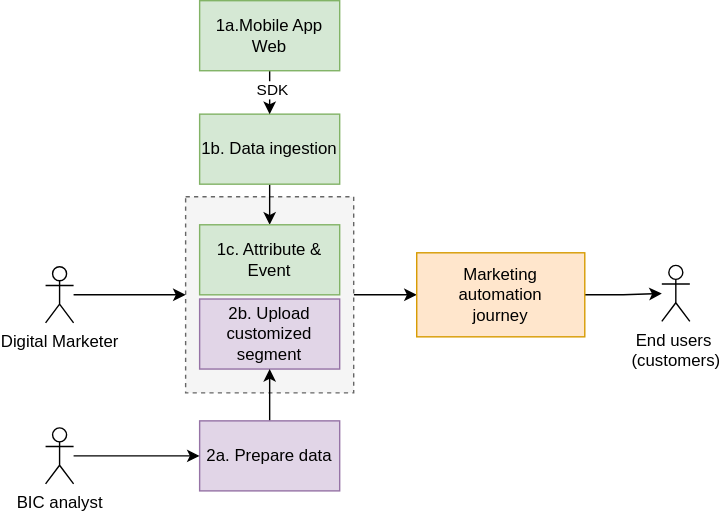
This is insider.svg from anhhd/chart-flows, a draw.io export, as it was before one commit. Source tidied: cells renumbered, new cells last; positions are measured from the earlier drawing's top-left corner, leaving out a move shared by most shapes. Source of this version:
```xml
<mxGraphModel>
  <root>
    <mxCell id="0" />
    <mxCell id="1" parent="0" />
    <mxCell id="2" style="edgeStyle=orthogonalEdgeStyle;rounded=0;jettySize=auto;html=1;" parent="1" edge="1" source="3" target="18">
      <mxGeometry relative="1" as="geometry" />
    </mxCell>
    <mxCell id="3" style="rounded=0;whiteSpace=wrap;html=1;dashed=1;fillColor=#f5f5f5;strokeColor=#666666;fontColor=#333333;" parent="1" vertex="1">
      <mxGeometry x="100" y="140" width="120" height="140" as="geometry" />
    </mxCell>
    <mxCell id="4" style="edgeStyle=orthogonalEdgeStyle;rounded=0;jettySize=auto;html=1;entryX=0.5;entryY=0;entryDx=0;entryDy=0;" parent="1" edge="1" source="5" target="6">
      <mxGeometry relative="1" as="geometry" />
    </mxCell>
    <mxCell id="5" value="1b. Data ingestion" style="rounded=0;whiteSpace=wrap;html=1;fillColor=#d5e8d4;strokeColor=#82b366;" parent="1" vertex="1">
      <mxGeometry x="110" y="81" width="100" height="50" as="geometry" />
    </mxCell>
    <mxCell id="6" value="1c. Attribute &amp;amp; Event" style="rounded=0;whiteSpace=wrap;html=1;fillColor=#d5e8d4;strokeColor=#82b366;" parent="1" vertex="1">
      <mxGeometry x="110" y="160" width="100" height="50" as="geometry" />
    </mxCell>
    <mxCell id="7" style="edgeStyle=orthogonalEdgeStyle;rounded=0;jettySize=auto;html=1;" parent="1" edge="1" source="9" target="5">
      <mxGeometry relative="1" as="geometry" />
    </mxCell>
    <mxCell id="8" value="SDK" style="edgeLabel;html=1;align=center;verticalAlign=middle;" parent="7" vertex="1">
      <mxGeometry x="0.09" y="-1" relative="1" as="geometry" />
    </mxCell>
    <mxCell id="9" value="1a.Mobile App&lt;br&gt;Web" style="rounded=0;whiteSpace=wrap;html=1;fillColor=#d5e8d4;strokeColor=#82b366;" parent="1" vertex="1">
      <mxGeometry x="110" width="100" height="50" as="geometry" />
    </mxCell>
    <mxCell id="10" style="edgeStyle=orthogonalEdgeStyle;rounded=0;jettySize=auto;html=1;entryX=0;entryY=0.5;entryDx=0;entryDy=0;" parent="1" edge="1" source="11" target="3">
      <mxGeometry relative="1" as="geometry" />
    </mxCell>
    <mxCell id="11" value="Digital Marketer" style="shape=umlActor;verticalLabelPosition=bottom;verticalAlign=top;html=1;outlineConnect=0;" parent="1" vertex="1">
      <mxGeometry y="190" width="20" height="40" as="geometry" />
    </mxCell>
    <mxCell id="12" value="2b. Upload customized segment" style="rounded=0;whiteSpace=wrap;html=1;fillColor=#e1d5e7;strokeColor=#9673a6;" parent="1" vertex="1">
      <mxGeometry x="110" y="213" width="100" height="50" as="geometry" />
    </mxCell>
    <mxCell id="13" style="edgeStyle=orthogonalEdgeStyle;rounded=0;jettySize=auto;html=1;entryX=0.5;entryY=1;entryDx=0;entryDy=0;" parent="1" edge="1" source="14" target="12">
      <mxGeometry relative="1" as="geometry" />
    </mxCell>
    <mxCell id="14" value="2a. Prepare data" style="rounded=0;whiteSpace=wrap;html=1;fillColor=#e1d5e7;strokeColor=#9673a6;" parent="1" vertex="1">
      <mxGeometry x="110" y="300" width="100" height="50" as="geometry" />
    </mxCell>
    <mxCell id="15" style="edgeStyle=orthogonalEdgeStyle;rounded=0;jettySize=auto;html=1;" parent="1" edge="1" source="16" target="14">
      <mxGeometry relative="1" as="geometry" />
    </mxCell>
    <mxCell id="16" value="BIC analyst" style="shape=umlActor;verticalLabelPosition=bottom;verticalAlign=top;html=1;outlineConnect=0;" parent="1" vertex="1">
      <mxGeometry y="305" width="20" height="40" as="geometry" />
    </mxCell>
    <mxCell id="17" style="edgeStyle=orthogonalEdgeStyle;rounded=0;jettySize=auto;html=1;" parent="1" edge="1" source="18" target="19">
      <mxGeometry relative="1" as="geometry" />
    </mxCell>
    <mxCell id="18" value="Marketing &lt;br&gt;automation &lt;br&gt;journey" style="rounded=0;whiteSpace=wrap;html=1;fillColor=#ffe6cc;strokeColor=#d79b00;" parent="1" vertex="1">
      <mxGeometry x="265" y="180" width="120" height="60" as="geometry" />
    </mxCell>
    <mxCell id="19" value="End users&amp;nbsp;&lt;br&gt;(customers)" style="shape=umlActor;verticalLabelPosition=bottom;verticalAlign=top;html=1;outlineConnect=0;" parent="1" vertex="1">
      <mxGeometry x="440" y="189" width="20" height="40" as="geometry" />
    </mxCell>
  </root>
</mxGraphModel>
```
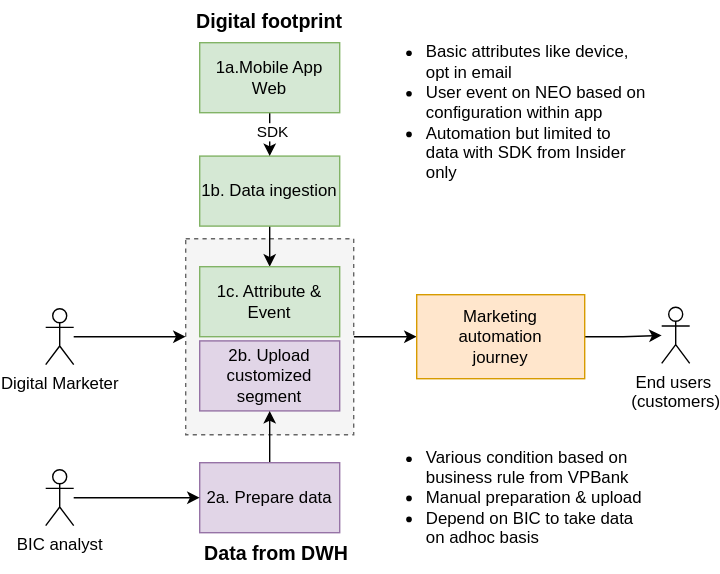
Above is the later version.

What changed in the source:
```diff
@@ -56,5 +56,17 @@
     <mxCell id="19" value="End users&amp;nbsp;&lt;br&gt;(customers)" style="shape=umlActor;verticalLabelPosition=bottom;verticalAlign=top;html=1;outlineConnect=0;" parent="1" vertex="1">
       <mxGeometry x="440" y="189" width="20" height="40" as="geometry" />
     </mxCell>
+    <mxCell id="20" value="&lt;b&gt;&lt;font style=&quot;font-size: 14px;&quot;&gt;Digital footprint&lt;/font&gt;&lt;/b&gt;" style="text;html=1;strokeColor=none;fillColor=none;align=center;verticalAlign=middle;whiteSpace=wrap;rounded=0;" parent="1" vertex="1">
+      <mxGeometry x="105" y="-30" width="110" height="30" as="geometry" />
+    </mxCell>
+    <mxCell id="21" value="&lt;span style=&quot;font-size: 14px;&quot;&gt;&lt;b&gt;Data from DWH&lt;/b&gt;&lt;/span&gt;" style="text;html=1;strokeColor=none;fillColor=none;align=center;verticalAlign=middle;whiteSpace=wrap;rounded=0;" parent="1" vertex="1">
+      <mxGeometry x="110" y="350" width="110" height="30" as="geometry" />
+    </mxCell>
+    <mxCell id="22" value="&lt;ul&gt;&lt;li&gt;&lt;span style=&quot;background-color: initial;&quot;&gt;Basic attributes like device, opt in email&lt;/span&gt;&lt;br&gt;&lt;/li&gt;&lt;li style=&quot;border-color: var(--border-color);&quot;&gt;User event on NEO based on configuration within app&lt;/li&gt;&lt;li style=&quot;border-color: var(--border-color);&quot;&gt;Automation but limited to data with SDK from Insider only&lt;/li&gt;&lt;/ul&gt;" style="text;html=1;strokeColor=none;fillColor=none;align=left;verticalAlign=middle;whiteSpace=wrap;rounded=0;" parent="1" vertex="1">
+      <mxGeometry x="230" width="200" height="100" as="geometry" />
+    </mxCell>
+    <mxCell id="23" value="&lt;ul&gt;&lt;li&gt;Various condition based on business rule from VPBank&lt;/li&gt;&lt;li&gt;Manual preparation &amp;amp; upload&lt;/li&gt;&lt;li&gt;Depend on BIC to take data on adhoc basis&lt;/li&gt;&lt;/ul&gt;" style="text;html=1;strokeColor=none;fillColor=none;align=left;verticalAlign=middle;whiteSpace=wrap;rounded=0;" parent="1" vertex="1">
+      <mxGeometry x="230" y="285" width="200" height="80" as="geometry" />
+    </mxCell>
   </root>
 </mxGraphModel>
```
